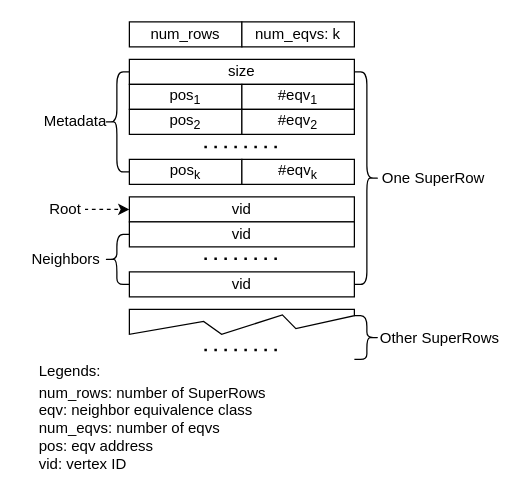
Before: img/compress.drawio in E-Neo/opgm-paper, a draw.io diagram. Source tidied: cells renumbered, new cells numbered last; positions are measured from the earlier drawing's top-left corner, leaving out a move shared by most shapes. Both pictures are drawn from the tidied source at 125%, with x=0, y=0 at pixel (21, 21).
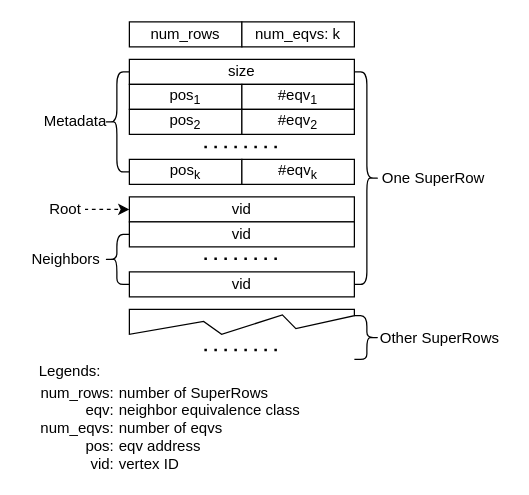
The same diagram, later.

Change to the diagram source:
```diff
@@
-    <mxCell id="26" value="num_rows: number of SuperRows&lt;br&gt;eqv: neighbor equivalence class&lt;br&gt;num_eqvs: number of eqvs&lt;br&gt;pos: eqv address&lt;br&gt;vid: vertex ID" style="rounded=0;whiteSpace=wrap;html=1;align=left;strokeColor=#FFFFFF;" parent="1" vertex="1">
-      <mxGeometry x="12" y="290" width="210" height="70" as="geometry" />
+    <mxCell id="26" value="num_rows:&lt;br&gt;eqv:&lt;br&gt;num_eqvs:&lt;br&gt;pos:&lt;br&gt;vid:" style="rounded=0;whiteSpace=wrap;html=1;align=right;strokeColor=#FFFFFF;" parent="1" vertex="1">
+      <mxGeometry x="6" y="290" width="70" height="70" as="geometry" />
     </mxCell>
@@
+    <mxCell id="30" value="number of SuperRows&lt;br&gt;neighbor equivalence class&lt;br&gt;number of eqvs&lt;br&gt;eqv address&lt;br&gt;vertex ID" style="rounded=0;whiteSpace=wrap;html=1;align=left;strokeColor=#FFFFFF;" parent="1" vertex="1">
+      <mxGeometry x="76" y="290" width="210" height="70" as="geometry" />
+    </mxCell>
```
